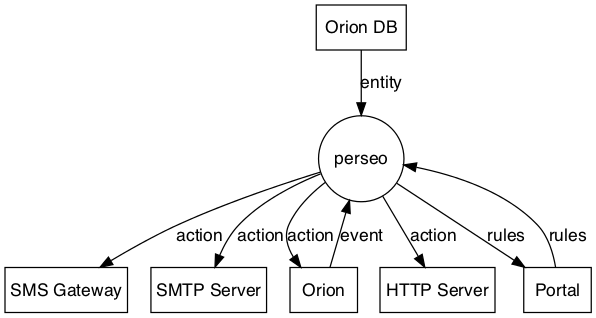
Before: documentation/images/dfd-0.png, a diagram exported from Graphviz (telefonicaid/perseo-fe). Its source is kept beside it as documentation/images/dfd-0.dot. The source it was exported from:
```dot
digraph dfd0 {

    perseo[shape=circle];
	sms[label="SMS Gateway"] [shape=box];
	smtp[label="SMTP Server"] [shape=box];
	orion[label="Orion"] [shape=box];
	oriondb[label="Orion DB"] [shape=box];
	http[label="HTTP Server"] [shape=box];
	portal[label="Portal"] [shape=box];

	perseo -> sms [label="action"];
	perseo -> smtp [label="action"];
	perseo -> http [label="action"];
	orion -> perseo [label="event"];
	perseo -> orion [label="action"];
	portal -> perseo [label="rules"];
	perseo -> portal [label="rules"];
	oriondb -> perseo [label="entity"];

	{ rank=uno; sms smtp http  }
	{ rank=two; orion oriondb portal }

 }
```
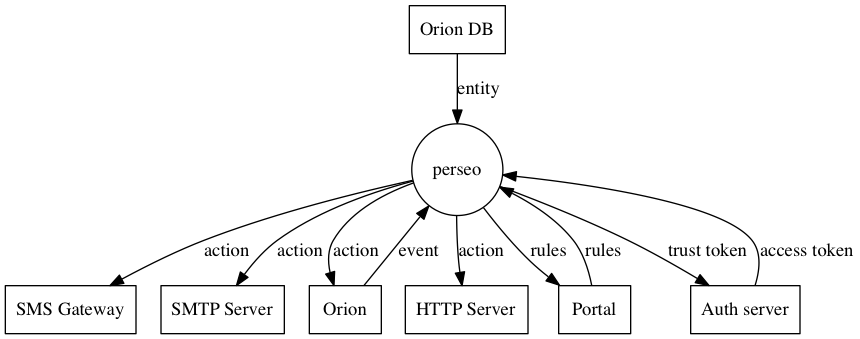
The same file after the commit.

Commit message:
Update arch doc with auth

The edit, as a diff of the source:
```diff
@@ -7,6 +7,7 @@
 	oriondb[label="Orion DB"] [shape=box];
 	http[label="HTTP Server"] [shape=box];
 	portal[label="Portal"] [shape=box];
+	auth[label="Auth server"] [shape=box];
 
 	perseo -> sms [label="action"];
 	perseo -> smtp [label="action"];
@@ -16,6 +17,8 @@
 	portal -> perseo [label="rules"];
 	perseo -> portal [label="rules"];
 	oriondb -> perseo [label="entity"];
+	perseo -> auth [label="trust token"];
+	auth -> perseo [label="access token"];
 
 	{ rank=uno; sms smtp http  }
 	{ rank=two; orion oriondb portal }
```
